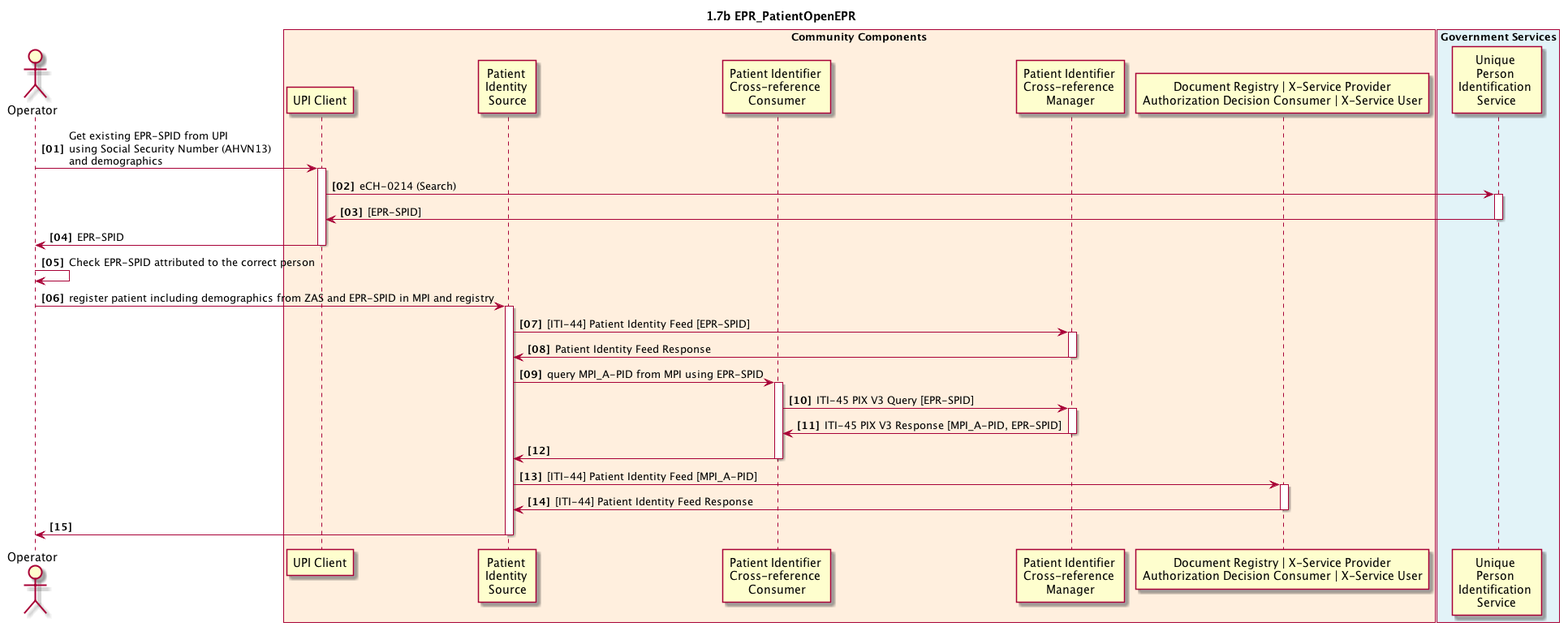
This is 1_07b_EPR_PatientOpenEPR.plantuml.png from ahdis/ch-epr-seqdiag, a PlantUML export, as it was before one commit.
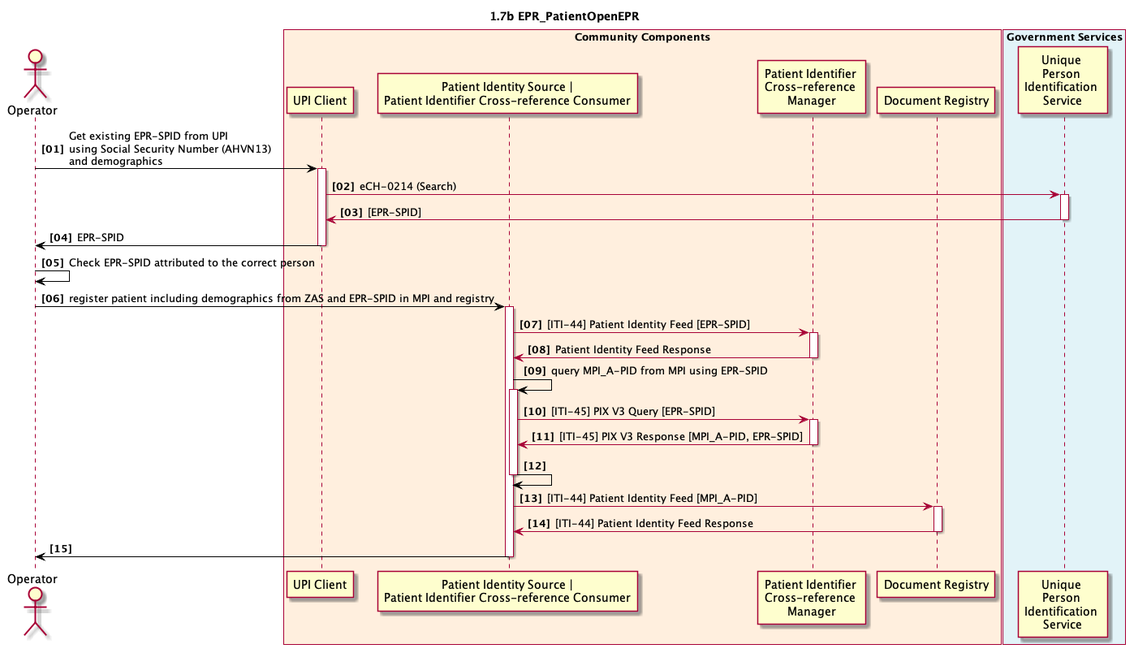
Above is the later version.

The edit, as a diff of the source:
```diff
@@ -7,49 +7,48 @@
 
 box "Community Components" #FFEFDE
 	participant cc_upi_client as "UPI Client"
-	participant cc_mpi_source as "Patient \nIdentity \nSource"
-	participant cc_pix_x_ref_consumer as "Patient Identifier \nCross-reference \nConsumer"
+	participant cc_mpi_source as "Patient Identity Source |\nPatient Identifier Cross-reference Consumer"
 	participant cc_mpi_x_ref_manager as "Patient Identifier \nCross-reference \nManager"
-	participant cc_doc_registry as "Document Registry | X-Service Provider\nAuthorization Decision Consumer | X-Service User"
+	participant cc_doc_registry as "Document Registry"
 end box
 
 box "Government Services" #E2F3F8
 	participant gs_upi as "Unique \nPerson \nIdentification \nService"
 end box
 
-admin -> cc_upi_client: Get existing EPR-SPID from UPI \nusing Social Security Number (AHVN13) \nand demographics
+admin -[#black]> cc_upi_client: Get existing EPR-SPID from UPI \nusing Social Security Number (AHVN13) \nand demographics
 activate cc_upi_client
 cc_upi_client -> gs_upi:eCH-0214 (Search)
 activate gs_upi
 cc_upi_client <- gs_upi: [EPR-SPID]
 deactivate gs_upi
-admin <- cc_upi_client: EPR-SPID
+admin <[#black]- cc_upi_client: EPR-SPID
 deactivate cc_upi_client
 
-admin -> admin: Check EPR-SPID attributed to the correct person
+admin -[#black]> admin: Check EPR-SPID attributed to the correct person
 
-admin -> cc_mpi_source: register patient including demographics from ZAS and EPR-SPID in MPI and registry
+admin -[#black]> cc_mpi_source: register patient including demographics from ZAS and EPR-SPID in MPI and registry
 activate cc_mpi_source
 cc_mpi_source -> cc_mpi_x_ref_manager: [ITI-44] Patient Identity Feed [EPR-SPID]
 activate cc_mpi_x_ref_manager
 cc_mpi_source <- cc_mpi_x_ref_manager: Patient Identity Feed Response
 deactivate cc_mpi_x_ref_manager
 
-cc_mpi_source -> cc_pix_x_ref_consumer: query MPI_A-PID from MPI using EPR-SPID
-activate cc_pix_x_ref_consumer
-cc_pix_x_ref_consumer -> cc_mpi_x_ref_manager: ITI-45 PIX V3 Query [EPR-SPID]
+cc_mpi_source -[#black]> cc_mpi_source: query MPI_A-PID from MPI using EPR-SPID
+activate cc_mpi_source
+cc_mpi_source -> cc_mpi_x_ref_manager: [ITI-45] PIX V3 Query [EPR-SPID]
 activate cc_mpi_x_ref_manager
-cc_pix_x_ref_consumer <- cc_mpi_x_ref_manager: ITI-45 PIX V3 Response [MPI_A-PID, EPR-SPID]
+cc_mpi_source <- cc_mpi_x_ref_manager: [ITI-45] PIX V3 Response [MPI_A-PID, EPR-SPID]
 deactivate cc_mpi_x_ref_manager
-cc_mpi_source <- cc_pix_x_ref_consumer
-deactivate cc_pix_x_ref_consumer
+cc_mpi_source <[#black]- cc_mpi_source
+deactivate cc_mpi_source
 
 cc_mpi_source -> cc_doc_registry: [ITI-44] Patient Identity Feed [MPI_A-PID]
 activate cc_doc_registry
 cc_mpi_source <- cc_doc_registry: [ITI-44] Patient Identity Feed Response
 deactivate cc_doc_registry
 
-admin <- cc_mpi_source
+admin <[#black]- cc_mpi_source
 deactivate cc_mpi_source
 
 @enduml
```
